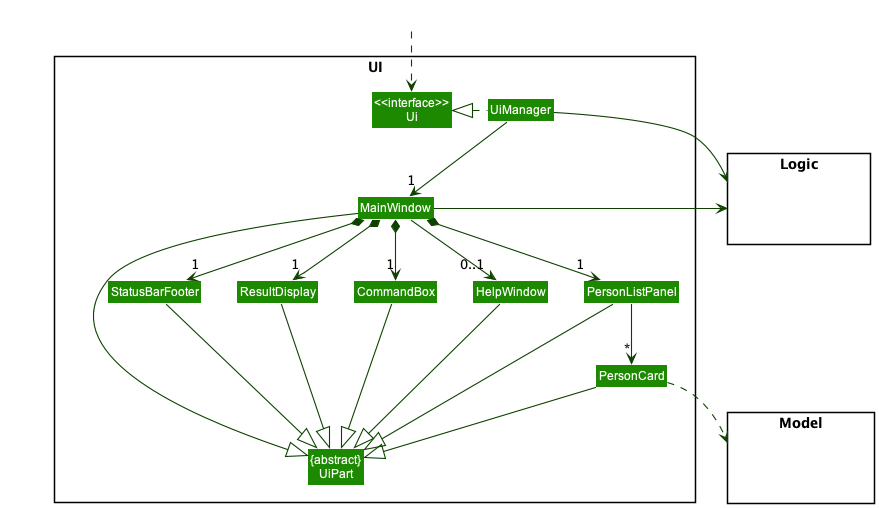
Above: docs/images/UiClassDiagram.png in nus-cs2103-AY2223S2/tp (PlantUML), before the change.
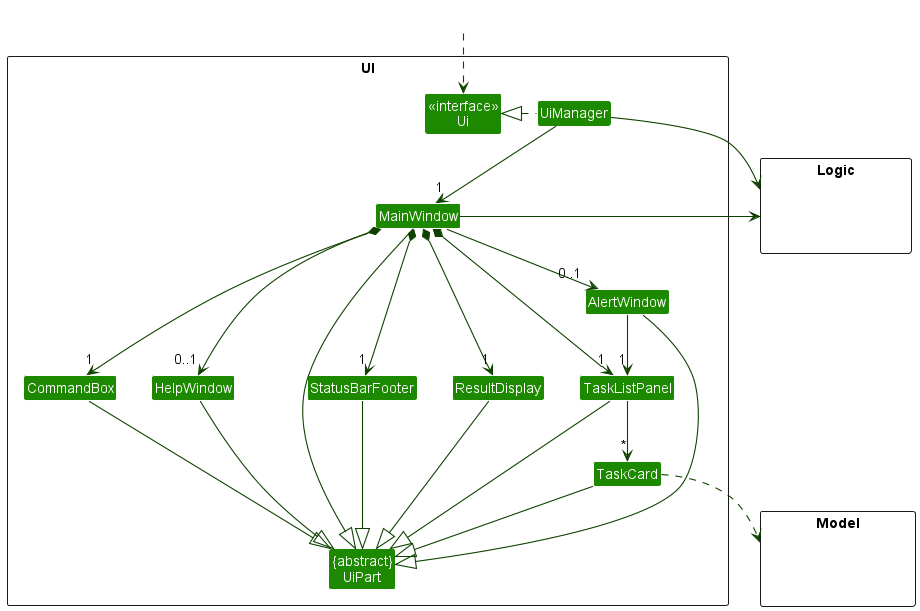
After the commit.

What changed in the source:
```diff
@@ -10,9 +10,10 @@
 Class UiManager
 Class MainWindow
 Class HelpWindow
+Class AlertWindow
 Class ResultDisplay
-Class PersonListPanel
-Class PersonCard
+Class TaskListPanel
+Class TaskCard
 Class StatusBarFooter
 Class CommandBox
 }
@@ -30,28 +31,31 @@
 
 UiManager .left.|> Ui
 UiManager -down-> "1" MainWindow
+MainWindow -down-> "0..1" AlertWindow
 MainWindow *-down->  "1" CommandBox
 MainWindow *-down-> "1" ResultDisplay
-MainWindow *-down-> "1" PersonListPanel
+MainWindow *-down-> "1" TaskListPanel
 MainWindow *-down-> "1" StatusBarFooter
 MainWindow --> "0..1" HelpWindow
+AlertWindow --> "1" TaskListPanel
 
-PersonListPanel -down-> "*" PersonCard
+TaskListPanel -down-> "*" TaskCard
 
 MainWindow -left-|> UiPart
 
+AlertWindow --|> UiPart
 ResultDisplay --|> UiPart
 CommandBox --|> UiPart
-PersonListPanel --|> UiPart
-PersonCard --|> UiPart
+TaskListPanel --|> UiPart
+TaskCard --|> UiPart
 StatusBarFooter --|> UiPart
 HelpWindow --|> UiPart
 
-PersonCard ..> Model
+TaskCard ..> Model
 UiManager -right-> Logic
 MainWindow -left-> Logic
 
-PersonListPanel -[hidden]left- HelpWindow
+TaskListPanel -[hidden]left- HelpWindow
 HelpWindow -[hidden]left- CommandBox
 CommandBox -[hidden]left- ResultDisplay
 ResultDisplay -[hidden]left- StatusBarFooter
```
